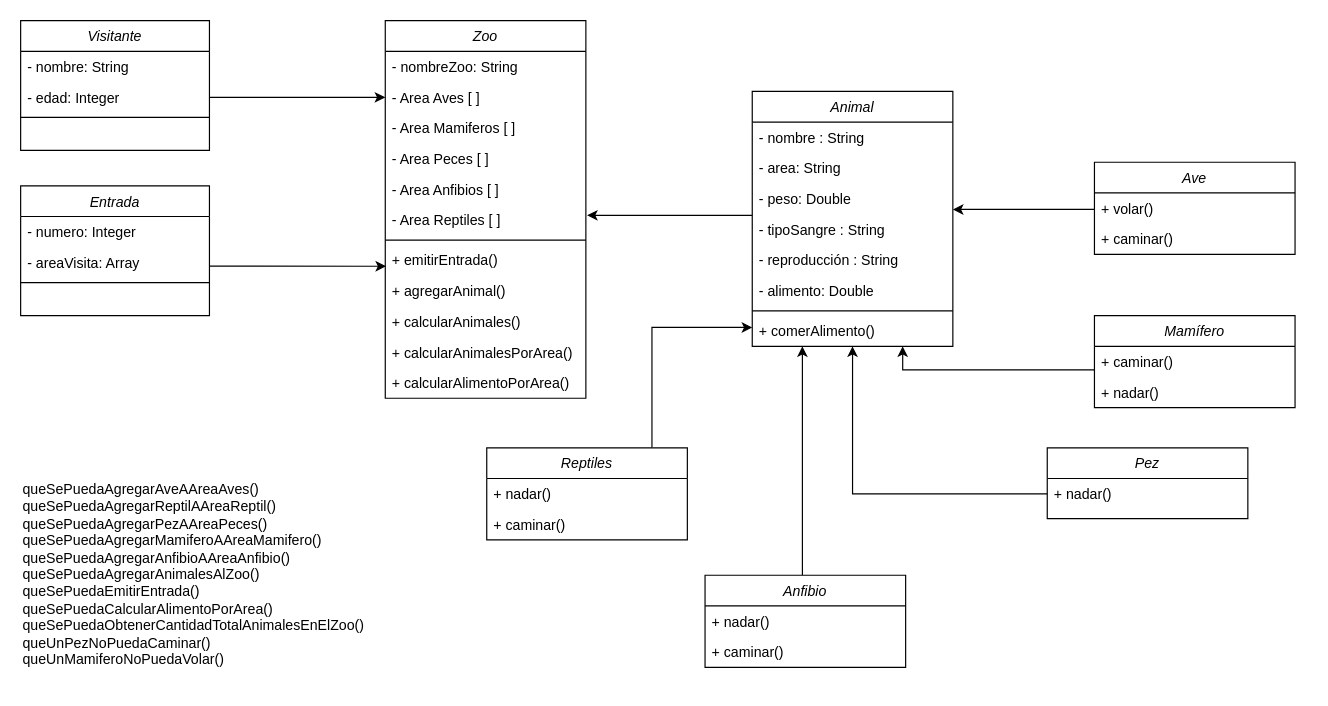
Before: modelo/zoo.drawio in Fabriyucra/PBII20212QParcial1Grupo8, a draw.io diagram. Source tidied: cells renumbered, new cells numbered last; positions are measured from the earlier drawing's top-left corner, leaving out a move shared by most shapes. Both pictures are drawn from the tidied source at 118%, with x=0, y=0 at pixel (20, 20).
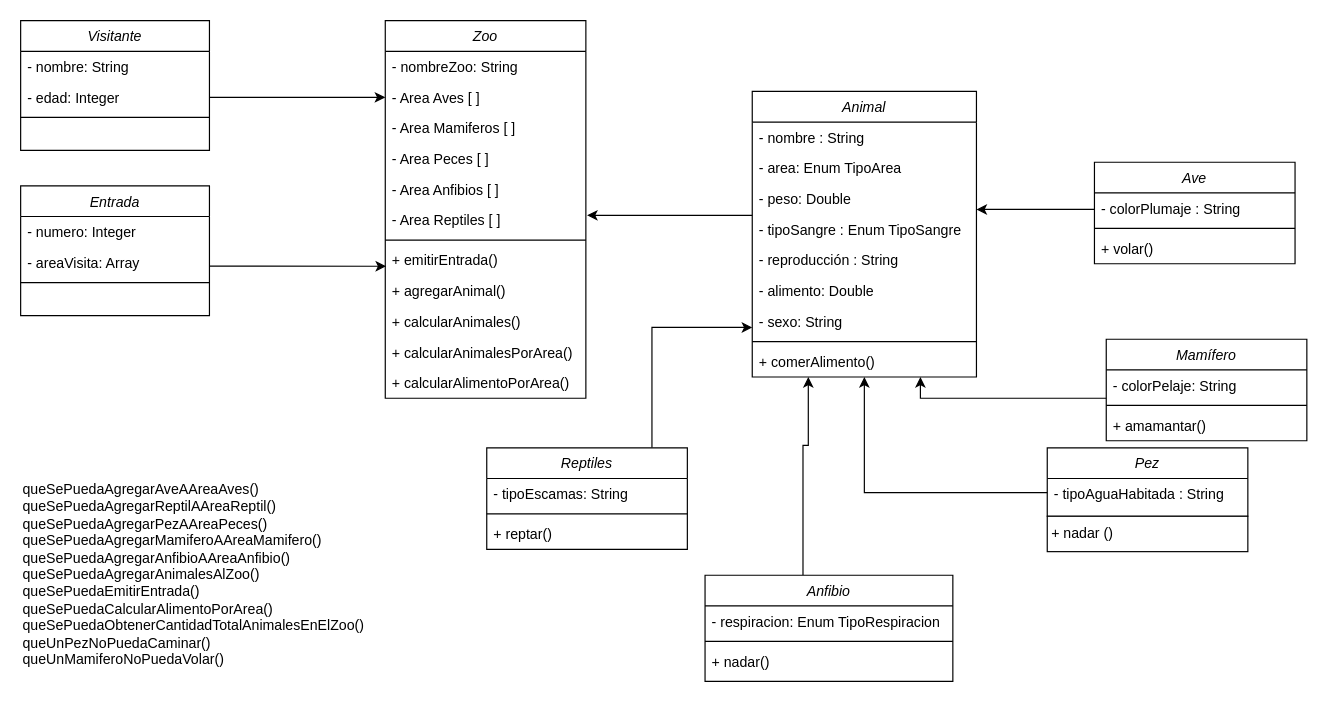
Above is the later version.

Commit message:
Actualizo diagrama

What changed in the source:
```diff
@@
     <mxCell id="24" value="Animal" style="swimlane;fontStyle=2;align=center;verticalAlign=top;horizontal=1;startSize=26;rounded=0;shadow=0;strokeWidth=1;" parent="1" vertex="1">
-      <mxGeometry x="620" y="60" width="170" height="216" as="geometry" />
+      <mxGeometry x="620" y="60" width="190" height="242" as="geometry" />
     </mxCell>
     <mxCell id="25" value="- nombre : String" style="text;align=left;verticalAlign=top;spacingLeft=4;spacingRight=4;overflow=hidden;" parent="24" vertex="1">
-      <mxGeometry y="26" width="170" height="26" as="geometry" />
+      <mxGeometry y="26" width="190" height="26" as="geometry" />
     </mxCell>
-    <mxCell id="26" value="- area: String" style="text;align=left;verticalAlign=top;spacingLeft=4;spacingRight=4;overflow=hidden;rounded=0;shadow=0;html=0;" parent="24" vertex="1">
-      <mxGeometry y="52" width="170" height="26" as="geometry" />
+    <mxCell id="26" value="- area: Enum TipoArea" style="text;align=left;verticalAlign=top;spacingLeft=4;spacingRight=4;overflow=hidden;rounded=0;shadow=0;html=0;" parent="24" vertex="1">
+      <mxGeometry y="52" width="190" height="26" as="geometry" />
     </mxCell>
     <mxCell id="27" value="- peso: Double" style="text;align=left;verticalAlign=top;spacingLeft=4;spacingRight=4;overflow=hidden;points=[[0,0.5],[1,0.5]];portConstraint=eastwest;rounded=0;shadow=0;html=0;" parent="24" vertex="1">
-      <mxGeometry y="78" width="170" height="26" as="geometry" />
+      <mxGeometry y="78" width="190" height="26" as="geometry" />
     </mxCell>
-    <mxCell id="28" value="- tipoSangre : String" style="text;align=left;verticalAlign=top;spacingLeft=4;spacingRight=4;overflow=hidden;" parent="24" vertex="1">
-      <mxGeometry y="104" width="170" height="26" as="geometry" />
+    <mxCell id="28" value="- tipoSangre : Enum TipoSangre" style="text;align=left;verticalAlign=top;spacingLeft=4;spacingRight=4;overflow=hidden;" parent="24" vertex="1">
+      <mxGeometry y="104" width="190" height="26" as="geometry" />
     </mxCell>
     <mxCell id="29" value="- reproducción : String" style="text;align=left;verticalAlign=top;spacingLeft=4;spacingRight=4;overflow=hidden;" parent="24" vertex="1">
-      <mxGeometry y="130" width="170" height="26" as="geometry" />
+      <mxGeometry y="130" width="190" height="26" as="geometry" />
     </mxCell>
     <mxCell id="30" value="- alimento: Double" style="text;align=left;verticalAlign=top;spacingLeft=4;spacingRight=4;overflow=hidden;rounded=0;shadow=0;html=0;" parent="24" vertex="1">
-      <mxGeometry y="156" width="170" height="26" as="geometry" />
+      <mxGeometry y="156" width="190" height="26" as="geometry" />
     </mxCell>
+    <mxCell id="55" value="- sexo: String" style="text;align=left;verticalAlign=top;spacingLeft=4;spacingRight=4;overflow=hidden;rounded=0;shadow=0;html=0;" parent="24" vertex="1">
+      <mxGeometry y="182" width="190" height="26" as="geometry" />
+    </mxCell>
     <mxCell id="31" style="line;html=1;strokeWidth=1;align=left;verticalAlign=middle;spacingTop=-1;spacingLeft=3;spacingRight=3;labelPosition=right;" parent="24" vertex="1">
-      <mxGeometry y="182" width="170" height="8" as="geometry" />
+      <mxGeometry y="208" width="190" height="8" as="geometry" />
     </mxCell>
     <mxCell id="32" value="+ comerAlimento()" style="text;align=left;verticalAlign=top;spacingLeft=4;spacingRight=4;overflow=hidden;rounded=0;shadow=0;html=0;" parent="24" vertex="1">
-      <mxGeometry y="190" width="170" height="26" as="geometry" />
+      <mxGeometry y="216" width="190" height="26" as="geometry" />
     </mxCell>
@@
     <mxCell id="34" value="Ave" style="swimlane;fontStyle=2;align=center;verticalAlign=top;horizontal=1;startSize=26;rounded=0;shadow=0;strokeWidth=1;" parent="1" vertex="1">
-      <mxGeometry x="910" y="120" width="170" height="78" as="geometry" />
+      <mxGeometry x="910" y="120" width="170" height="86" as="geometry" />
     </mxCell>
-    <mxCell id="35" value="+ volar()" style="text;align=left;verticalAlign=top;spacingLeft=4;spacingRight=4;overflow=hidden;rounded=0;shadow=0;html=0;" parent="34" vertex="1">
+    <mxCell id="35" value="- colorPlumaje : String" style="text;align=left;verticalAlign=top;spacingLeft=4;spacingRight=4;overflow=hidden;rounded=0;shadow=0;html=0;" parent="34" vertex="1">
       <mxGeometry y="26" width="170" height="26" as="geometry" />
     </mxCell>
+    <mxCell id="56" style="line;html=1;strokeWidth=1;align=left;verticalAlign=middle;spacingTop=-1;spacingLeft=3;spacingRight=3;labelPosition=right;" parent="34" vertex="1">
+      <mxGeometry y="52" width="170" height="8" as="geometry" />
+    </mxCell>
-    <mxCell id="36" value="+ caminar()" style="text;align=left;verticalAlign=top;spacingLeft=4;spacingRight=4;overflow=hidden;rounded=0;shadow=0;html=0;" parent="34" vertex="1">
-      <mxGeometry y="52" width="170" height="26" as="geometry" />
+    <mxCell id="36" value="+ volar()" style="text;align=left;verticalAlign=top;spacingLeft=4;spacingRight=4;overflow=hidden;rounded=0;shadow=0;html=0;" parent="34" vertex="1">
+      <mxGeometry y="60" width="170" height="26" as="geometry" />
     </mxCell>
     <mxCell id="37" value="Mamífero" style="swimlane;fontStyle=2;align=center;verticalAlign=top;horizontal=1;startSize=26;rounded=0;shadow=0;strokeWidth=1;" parent="1" vertex="1">
-      <mxGeometry x="910" y="250" width="170" height="78" as="geometry" />
+      <mxGeometry x="920" y="270" width="170" height="86" as="geometry" />
     </mxCell>
-    <mxCell id="38" value="+ caminar()" style="text;align=left;verticalAlign=top;spacingLeft=4;spacingRight=4;overflow=hidden;points=[[0,0.5],[1,0.5]];portConstraint=eastwest;rounded=0;shadow=0;html=0;" parent="37" vertex="1">
+    <mxCell id="38" value="- colorPelaje: String" style="text;align=left;verticalAlign=top;spacingLeft=4;spacingRight=4;overflow=hidden;points=[[0,0.5],[1,0.5]];portConstraint=eastwest;rounded=0;shadow=0;html=0;" parent="37" vertex="1">
       <mxGeometry y="26" width="170" height="26" as="geometry" />
     </mxCell>
+    <mxCell id="57" style="line;html=1;strokeWidth=1;align=left;verticalAlign=middle;spacingTop=-1;spacingLeft=3;spacingRight=3;labelPosition=right;" parent="37" vertex="1">
+      <mxGeometry y="52" width="170" height="8" as="geometry" />
+    </mxCell>
-    <mxCell id="39" value="+ nadar()" style="text;align=left;verticalAlign=top;spacingLeft=4;spacingRight=4;overflow=hidden;rounded=0;shadow=0;html=0;" parent="37" vertex="1">
-      <mxGeometry y="52" width="170" height="26" as="geometry" />
+    <mxCell id="39" value="+ amamantar()" style="text;align=left;verticalAlign=top;spacingLeft=4;spacingRight=4;overflow=hidden;rounded=0;shadow=0;html=0;" parent="37" vertex="1">
+      <mxGeometry y="60" width="170" height="26" as="geometry" />
     </mxCell>
     <mxCell id="40" style="edgeStyle=orthogonalEdgeStyle;rounded=0;jettySize=auto;html=1;entryX=0.75;entryY=1;entryDx=0;entryDy=0;" parent="1" edge="1" source="38" target="24">
       <mxGeometry relative="1" as="geometry">
         <Array as="points">
-          <mxPoint x="747" y="296" />
+          <mxPoint x="763" y="320" />
         </Array>
       </mxGeometry>
     </mxCell>
     <mxCell id="41" value="Pez" style="swimlane;fontStyle=2;align=center;verticalAlign=top;horizontal=1;startSize=26;rounded=0;shadow=0;strokeWidth=1;" parent="1" vertex="1">
-      <mxGeometry x="870" y="362" width="170" height="60" as="geometry" />
+      <mxGeometry x="870" y="362" width="170" height="58" as="geometry" />
     </mxCell>
-    <mxCell id="42" value="+ nadar()" style="text;align=left;verticalAlign=top;spacingLeft=4;spacingRight=4;overflow=hidden;points=[[0,0.5],[1,0.5]];portConstraint=eastwest;rounded=0;shadow=0;html=0;" parent="41" vertex="1">
-      <mxGeometry y="26" width="170" height="26" as="geometry" />
+    <mxCell id="42" value="- tipoAguaHabitada : String" style="text;align=left;verticalAlign=top;spacingLeft=4;spacingRight=4;overflow=hidden;points=[[0,0.5],[1,0.5]];portConstraint=eastwest;rounded=0;shadow=0;html=0;" parent="41" vertex="1">
+      <mxGeometry y="26" width="170" height="24" as="geometry" />
     </mxCell>
@@
     <mxCell id="45" value="Anfibio" style="swimlane;fontStyle=2;align=center;verticalAlign=top;horizontal=1;startSize=26;rounded=0;shadow=0;strokeWidth=1;" parent="1" vertex="1">
-      <mxGeometry x="580" y="470" width="170" height="78" as="geometry" />
+      <mxGeometry x="580" y="470" width="210" height="90" as="geometry" />
     </mxCell>
-    <mxCell id="46" value="+ nadar()" style="text;align=left;verticalAlign=top;spacingLeft=4;spacingRight=4;overflow=hidden;rounded=0;shadow=0;html=0;" parent="45" vertex="1">
-      <mxGeometry y="26" width="170" height="26" as="geometry" />
+    <mxCell id="46" value="- respiracion: Enum TipoRespiracion" style="text;align=left;verticalAlign=top;spacingLeft=4;spacingRight=4;overflow=hidden;rounded=0;shadow=0;html=0;" parent="45" vertex="1">
+      <mxGeometry y="26" width="210" height="26" as="geometry" />
     </mxCell>
+    <mxCell id="58" style="line;html=1;strokeWidth=1;align=left;verticalAlign=middle;spacingTop=-1;spacingLeft=3;spacingRight=3;labelPosition=right;" parent="45" vertex="1">
+      <mxGeometry y="52" width="210" height="8" as="geometry" />
+    </mxCell>
-    <mxCell id="47" value="+ caminar()" style="text;align=left;verticalAlign=top;spacingLeft=4;spacingRight=4;overflow=hidden;rounded=0;shadow=0;html=0;" parent="45" vertex="1">
-      <mxGeometry y="52" width="170" height="26" as="geometry" />
+    <mxCell id="47" value="+ nadar()" style="text;align=left;verticalAlign=top;spacingLeft=4;spacingRight=4;overflow=hidden;rounded=0;shadow=0;html=0;" parent="45" vertex="1">
+      <mxGeometry y="60" width="210" height="30" as="geometry" />
     </mxCell>
@@
     <mxCell id="49" value="Reptiles" style="swimlane;fontStyle=2;align=center;verticalAlign=top;horizontal=1;startSize=26;rounded=0;shadow=0;strokeWidth=1;" parent="1" vertex="1">
-      <mxGeometry x="395" y="362" width="170" height="78" as="geometry" />
+      <mxGeometry x="395" y="362" width="170" height="86" as="geometry" />
     </mxCell>
-    <mxCell id="50" value="+ nadar()" style="text;align=left;verticalAlign=top;spacingLeft=4;spacingRight=4;overflow=hidden;rounded=0;shadow=0;html=0;" parent="49" vertex="1">
+    <mxCell id="50" value="- tipoEscamas: String" style="text;align=left;verticalAlign=top;spacingLeft=4;spacingRight=4;overflow=hidden;rounded=0;shadow=0;html=0;" parent="49" vertex="1">
       <mxGeometry y="26" width="170" height="26" as="geometry" />
     </mxCell>
+    <mxCell id="59" style="line;html=1;strokeWidth=1;align=left;verticalAlign=middle;spacingTop=-1;spacingLeft=3;spacingRight=3;labelPosition=right;" parent="49" vertex="1">
+      <mxGeometry y="52" width="170" height="8" as="geometry" />
+    </mxCell>
-    <mxCell id="51" value="+ caminar()" style="text;align=left;verticalAlign=top;spacingLeft=4;spacingRight=4;overflow=hidden;rounded=0;shadow=0;html=0;" parent="49" vertex="1">
-      <mxGeometry y="52" width="170" height="26" as="geometry" />
+    <mxCell id="51" value="+ reptar()" style="text;align=left;verticalAlign=top;spacingLeft=4;spacingRight=4;overflow=hidden;rounded=0;shadow=0;html=0;" parent="49" vertex="1">
+      <mxGeometry y="60" width="170" height="26" as="geometry" />
     </mxCell>
@@
+    <mxCell id="60" style="rounded=0;whiteSpace=wrap;html=1;" parent="1" vertex="1">
+      <mxGeometry x="870" y="420" width="170" height="30" as="geometry" />
+    </mxCell>
+    <mxCell id="61" value="+ nadar ()" style="text;html=1;strokeColor=none;fillColor=none;align=center;verticalAlign=middle;whiteSpace=wrap;rounded=0;" parent="1" vertex="1">
+      <mxGeometry x="870" y="420" width="60" height="30" as="geometry" />
+    </mxCell>
```
